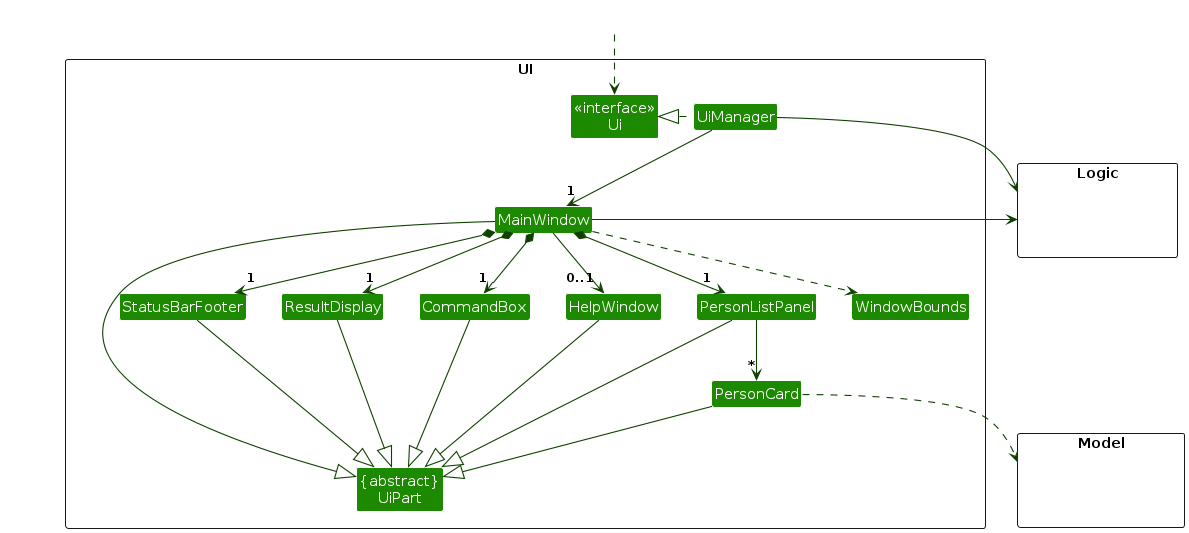
AY2627S1-CS2103T-W12-3/tp keeps this PlantUML diagram as diagrams/UiClassDiagram.png. Above is the earlier version. Its source is kept beside it as diagrams/UiClassDiagram.puml.
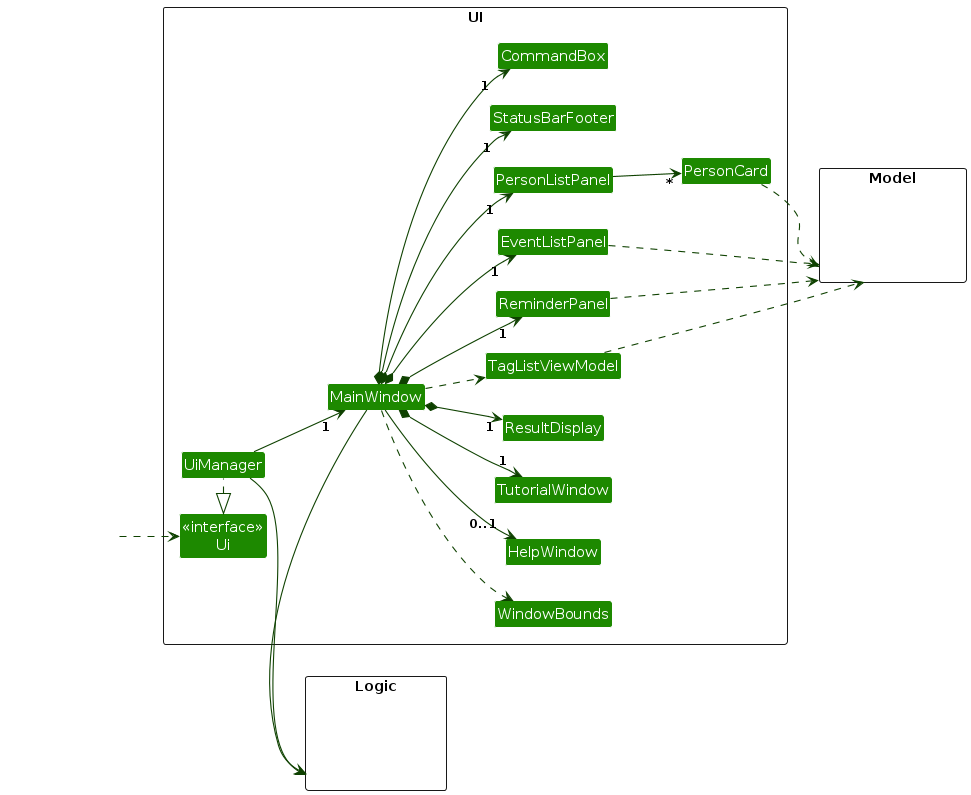
Later version of the same file.

The edit, as a diff of the source:
```diff
@@ -1,19 +1,23 @@
 @startuml
 !include style.puml
+left to right direction
 skinparam arrowThickness 1.1
 skinparam arrowColor UI_COLOR_T4
 skinparam classBackgroundColor UI_COLOR
 
 package UI <<Rectangle>>{
 Class "<<interface>>\nUi" as Ui
-Class "{abstract}\nUiPart" as UiPart
 Class UiManager
 Class MainWindow
 Class WindowBounds
 Class HelpWindow
+Class TutorialWindow
 Class ResultDisplay
 Class PersonListPanel
 Class PersonCard
+Class EventListPanel
+Class ReminderPanel
+Class TagListViewModel
 Class StatusBarFooter
 Class CommandBox
 }
@@ -34,29 +38,21 @@
 MainWindow *-down->  "1" CommandBox
 MainWindow *-down-> "1" ResultDisplay
 MainWindow *-down-> "1" PersonListPanel
+MainWindow *-down-> "1" EventListPanel
+MainWindow *-down-> "1" ReminderPanel
 MainWindow *-down-> "1" StatusBarFooter
+MainWindow *-down-> "1" TutorialWindow
 MainWindow --> "0..1" HelpWindow
 MainWindow ..> WindowBounds
+MainWindow ..> TagListViewModel
 
 PersonListPanel -down-> "*" PersonCard
 
-MainWindow -left-|> UiPart
-
-ResultDisplay --|> UiPart
-CommandBox --|> UiPart
-PersonListPanel --|> UiPart
-PersonCard --|> UiPart
-StatusBarFooter --|> UiPart
-HelpWindow --|> UiPart
-
 PersonCard ..> Model
+EventListPanel ..> Model
+TagListViewModel ..> Model
+ReminderPanel ..> Model
 UiManager -right-> Logic
 MainWindow -left-> Logic
 
-PersonListPanel -[hidden]left- HelpWindow
-HelpWindow -[hidden]left- CommandBox
-CommandBox -[hidden]left- ResultDisplay
-ResultDisplay -[hidden]left- StatusBarFooter
-
-MainWindow -[hidden]-|> UiPart
 @enduml
```
